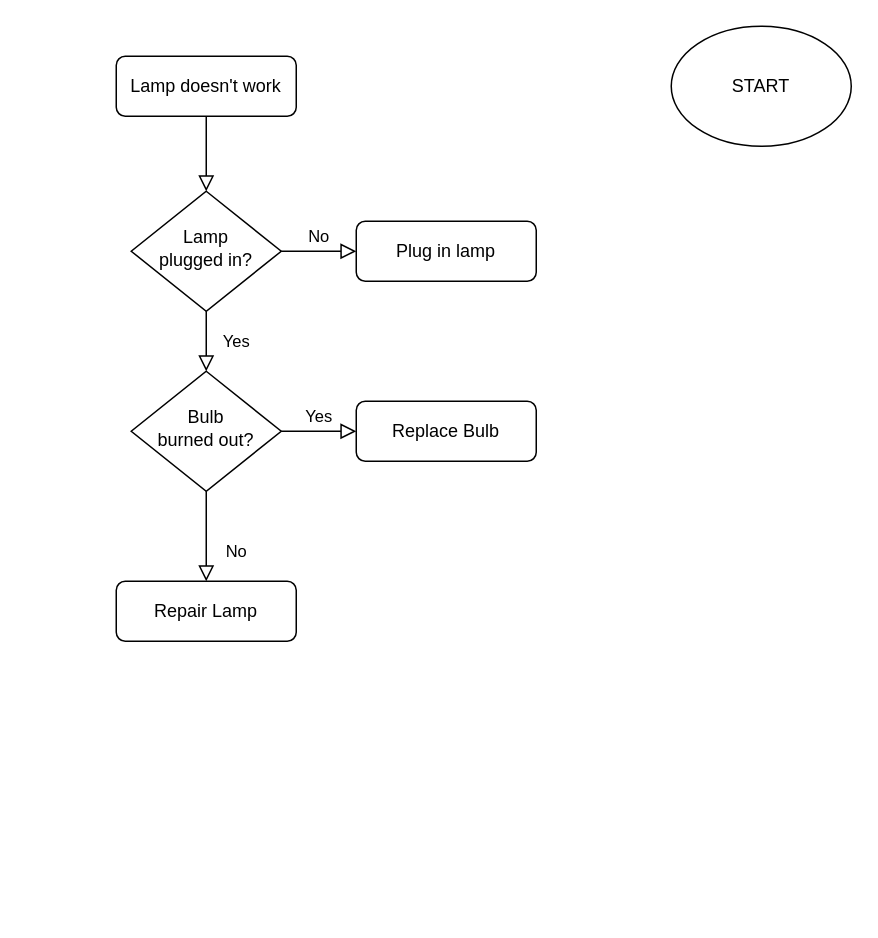
Earlier version of the draw.io diagram Diagrama sin título.drawio (abnerjg/Abnerprobando). Source tidied: cells renumbered, new cells numbered last; positions are measured from the earlier drawing's top-left corner, leaving out a move shared by most shapes. Both pictures are drawn from the tidied source at 150%, with x=0, y=0 at pixel (116, 26).
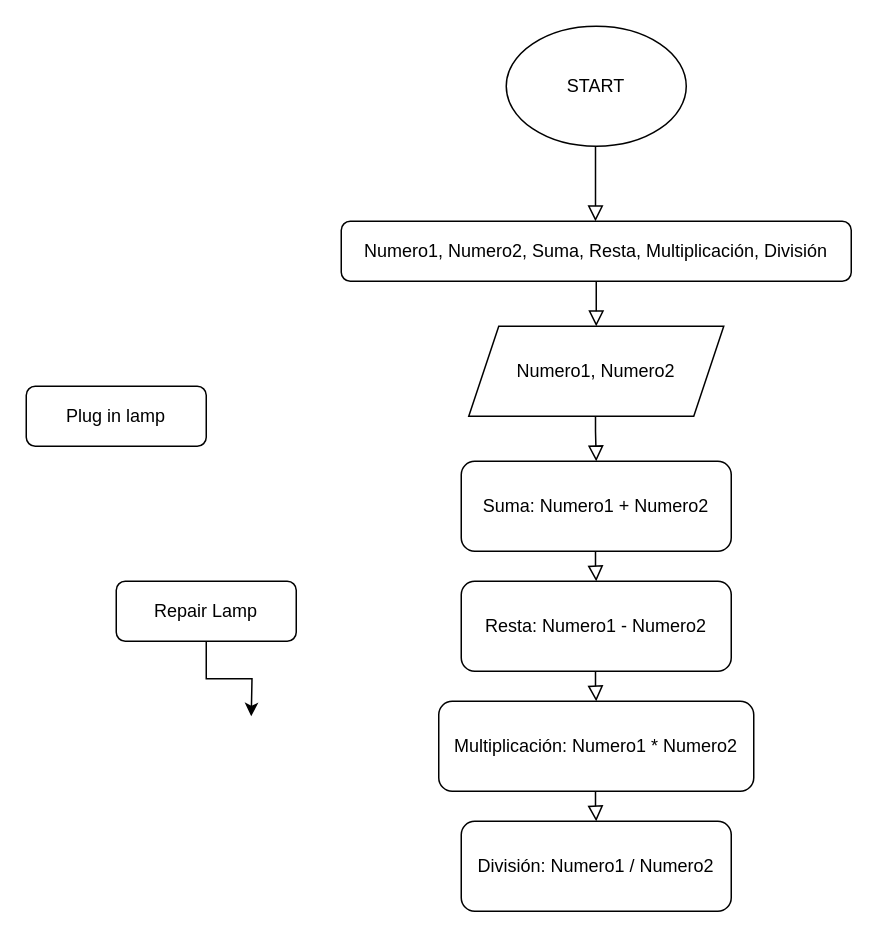
After the change.

Unchanged cells that the change refers to:
```xml
<mxCell id="11" value="Repair Lamp" style="rounded=1;whiteSpace=wrap;html=1;fontSize=12;glass=0;strokeWidth=1;shadow=0;" parent="1" vertex="1">
  <mxGeometry y="370" width="120" height="40" as="geometry" />
</mxCell>
```

Diff of the diagram source:
```diff
@@
-    <mxCell id="2" style="rounded=0;html=1;jettySize=auto;fontSize=11;endArrow=block;endFill=0;endSize=8;strokeWidth=1;shadow=0;labelBackgroundColor=none;edgeStyle=orthogonalEdgeStyle;" parent="1" edge="1" source="3" target="6">
-      <mxGeometry relative="1" as="geometry" />
+    <mxCell id="2" style="rounded=0;html=1;jettySize=auto;orthogonalLoop=1;fontSize=11;endArrow=block;endFill=0;endSize=8;strokeWidth=1;shadow=0;labelBackgroundColor=none;edgeStyle=orthogonalEdgeStyle;" parent="1" edge="1">
+      <mxGeometry relative="1" as="geometry">
+        <mxPoint x="319.5" y="80" as="sourcePoint" />
+        <mxPoint x="319.5" y="130" as="targetPoint" />
+        <Array as="points">
+          <mxPoint x="319.5" y="90" />
+          <mxPoint x="319.5" y="90" />
+        </Array>
+      </mxGeometry>
     </mxCell>
-    <mxCell id="3" value="Lamp doesn't work" style="rounded=1;whiteSpace=wrap;html=1;fontSize=12;glass=0;strokeWidth=1;shadow=0;" parent="1" vertex="1">
-      <mxGeometry y="20" width="120" height="40" as="geometry" />
+    <mxCell id="3" value="Numero1, Numero2, Suma, Resta, Multiplicación, División" style="rounded=1;whiteSpace=wrap;html=1;fontSize=12;glass=0;strokeWidth=1;shadow=0;" parent="1" vertex="1">
+      <mxGeometry x="150" y="130" width="340" height="40" as="geometry" />
     </mxCell>
-    <mxCell id="4" value="Yes" style="rounded=0;html=1;jettySize=auto;fontSize=11;endArrow=block;endFill=0;endSize=8;strokeWidth=1;shadow=0;labelBackgroundColor=none;edgeStyle=orthogonalEdgeStyle;" parent="1" edge="1" source="6" target="10">
+    <mxCell id="4" style="rounded=0;html=1;jettySize=auto;fontSize=11;endArrow=block;endFill=0;endSize=8;strokeWidth=1;shadow=0;labelBackgroundColor=none;edgeStyle=orthogonalEdgeStyle;exitX=0.5;exitY=1;exitDx=0;exitDy=0;" parent="1" edge="1" source="3" target="15">
       <mxGeometry y="20" relative="1" as="geometry" />
     </mxCell>
-    <mxCell id="5" value="No" style="edgeStyle=orthogonalEdgeStyle;rounded=0;html=1;jettySize=auto;fontSize=11;endArrow=block;endFill=0;endSize=8;strokeWidth=1;shadow=0;labelBackgroundColor=none;" parent="1" edge="1" source="6" target="7">
-      <mxGeometry y="10" relative="1" as="geometry" />
-    </mxCell>
-    <mxCell id="6" value="Lamp&lt;br&gt;plugged in?" style="rhombus;whiteSpace=wrap;html=1;shadow=0;fontFamily=Helvetica;fontSize=12;align=center;strokeWidth=1;spacing=6;spacingTop=-4;" parent="1" vertex="1">
-      <mxGeometry x="10" y="110" width="100" height="80" as="geometry" />
-    </mxCell>
     <mxCell id="7" value="Plug in lamp" style="rounded=1;whiteSpace=wrap;html=1;fontSize=12;glass=0;strokeWidth=1;shadow=0;" parent="1" vertex="1">
-      <mxGeometry x="160" y="130" width="120" height="40" as="geometry" />
+      <mxGeometry x="-60" y="240" width="120" height="40" as="geometry" />
     </mxCell>
-    <mxCell id="8" value="No" style="rounded=0;html=1;jettySize=auto;fontSize=11;endArrow=block;endFill=0;endSize=8;strokeWidth=1;shadow=0;labelBackgroundColor=none;edgeStyle=orthogonalEdgeStyle;" parent="1" edge="1" source="10" target="11">
-      <mxGeometry x="0.33" y="20" relative="1" as="geometry" />
-    </mxCell>
-    <mxCell id="9" value="Yes" style="edgeStyle=orthogonalEdgeStyle;rounded=0;html=1;jettySize=auto;fontSize=11;endArrow=block;endFill=0;endSize=8;strokeWidth=1;shadow=0;labelBackgroundColor=none;" parent="1" edge="1" source="10" target="12">
-      <mxGeometry y="10" relative="1" as="geometry" />
-    </mxCell>
-    <mxCell id="10" value="Bulb&lt;br&gt;burned out?" style="rhombus;whiteSpace=wrap;html=1;shadow=0;fontFamily=Helvetica;fontSize=12;align=center;strokeWidth=1;spacing=6;spacingTop=-4;" parent="1" vertex="1">
-      <mxGeometry x="10" y="230" width="100" height="80" as="geometry" />
-    </mxCell>
+    <mxCell id="14" style="edgeStyle=orthogonalEdgeStyle;rounded=0;jettySize=auto;html=1;" parent="1" edge="1" source="11">
+      <mxGeometry relative="1" as="geometry">
+        <mxPoint x="90" y="460" as="targetPoint" />
+      </mxGeometry>
+    </mxCell>
@@
-    <mxCell id="12" value="Replace Bulb" style="rounded=1;whiteSpace=wrap;html=1;fontSize=12;glass=0;strokeWidth=1;shadow=0;" parent="1" vertex="1">
-      <mxGeometry x="160" y="250" width="120" height="40" as="geometry" />
-    </mxCell>
     <mxCell id="13" value="START" style="ellipse;whiteSpace=wrap;html=1;" parent="1" vertex="1">
-      <mxGeometry x="370" width="120" height="80" as="geometry" />
+      <mxGeometry x="260" width="120" height="80" as="geometry" />
     </mxCell>
+    <mxCell id="15" value="Numero1, Numero2" style="shape=parallelogram;perimeter=parallelogramPerimeter;whiteSpace=wrap;html=1;fixedSize=1;" parent="1" vertex="1">
+      <mxGeometry x="235" y="200" width="170" height="60" as="geometry" />
+    </mxCell>
+    <mxCell id="16" value="Suma: Numero1 + Numero2" style="rounded=1;whiteSpace=wrap;html=1;" parent="1" vertex="1">
+      <mxGeometry x="230" y="290" width="180" height="60" as="geometry" />
+    </mxCell>
+    <mxCell id="17" value="Resta: Numero1 - Numero2" style="rounded=1;whiteSpace=wrap;html=1;" parent="1" vertex="1">
+      <mxGeometry x="230" y="370" width="180" height="60" as="geometry" />
+    </mxCell>
+    <mxCell id="18" value="Multiplicación: Numero1 * Numero2" style="rounded=1;whiteSpace=wrap;html=1;" parent="1" vertex="1">
+      <mxGeometry x="215" y="450" width="210" height="60" as="geometry" />
+    </mxCell>
+    <mxCell id="19" value="División: Numero1 / Numero2" style="rounded=1;whiteSpace=wrap;html=1;" parent="1" vertex="1">
+      <mxGeometry x="230" y="530" width="180" height="60" as="geometry" />
+    </mxCell>
+    <mxCell id="20" style="rounded=0;html=1;jettySize=auto;orthogonalLoop=1;fontSize=11;endArrow=block;endFill=0;endSize=8;strokeWidth=1;shadow=0;labelBackgroundColor=none;edgeStyle=orthogonalEdgeStyle;" parent="1" edge="1">
+      <mxGeometry relative="1" as="geometry">
+        <mxPoint x="319.5" y="260" as="sourcePoint" />
+        <mxPoint x="320" y="290" as="targetPoint" />
+        <Array as="points">
+          <mxPoint x="319.5" y="270" />
+          <mxPoint x="319.5" y="270" />
+        </Array>
+      </mxGeometry>
+    </mxCell>
+    <mxCell id="21" style="rounded=0;html=1;jettySize=auto;orthogonalLoop=1;fontSize=11;endArrow=block;endFill=0;endSize=8;strokeWidth=1;shadow=0;labelBackgroundColor=none;edgeStyle=orthogonalEdgeStyle;" parent="1" edge="1">
+      <mxGeometry relative="1" as="geometry">
+        <mxPoint x="319.5" y="350" as="sourcePoint" />
+        <mxPoint x="320" y="370" as="targetPoint" />
+        <Array as="points">
+          <mxPoint x="319.5" y="360" />
+          <mxPoint x="319.5" y="360" />
+        </Array>
+      </mxGeometry>
+    </mxCell>
+    <mxCell id="22" style="rounded=0;html=1;jettySize=auto;orthogonalLoop=1;fontSize=11;endArrow=block;endFill=0;endSize=8;strokeWidth=1;shadow=0;labelBackgroundColor=none;edgeStyle=orthogonalEdgeStyle;" parent="1" edge="1">
+      <mxGeometry relative="1" as="geometry">
+        <mxPoint x="319.5" y="430" as="sourcePoint" />
+        <mxPoint x="320" y="450" as="targetPoint" />
+        <Array as="points">
+          <mxPoint x="319.5" y="440" />
+          <mxPoint x="319.5" y="440" />
+        </Array>
+      </mxGeometry>
+    </mxCell>
+    <mxCell id="23" style="rounded=0;html=1;jettySize=auto;orthogonalLoop=1;fontSize=11;endArrow=block;endFill=0;endSize=8;strokeWidth=1;shadow=0;labelBackgroundColor=none;edgeStyle=orthogonalEdgeStyle;" parent="1" edge="1">
+      <mxGeometry relative="1" as="geometry">
+        <mxPoint x="319.5" y="510" as="sourcePoint" />
+        <mxPoint x="320" y="530" as="targetPoint" />
+        <Array as="points">
+          <mxPoint x="319.5" y="520" />
+          <mxPoint x="319.5" y="520" />
+        </Array>
+      </mxGeometry>
+    </mxCell>
```
